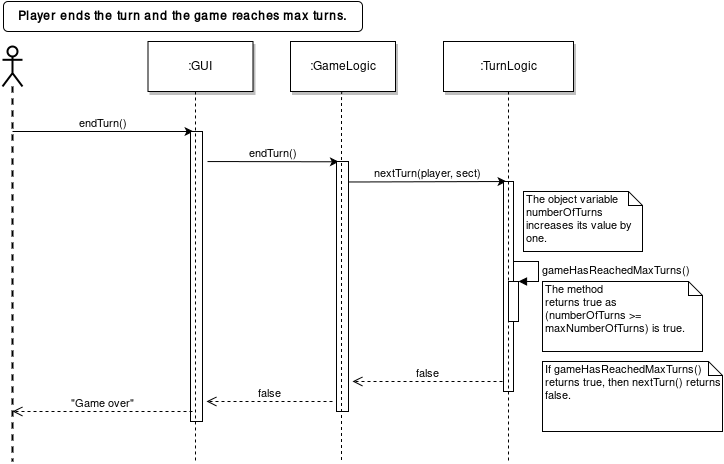
iah1016/Uusi-aika keeps this draw.io diagram as dokumentaatio/Sekvenssikaavio 2.png. Above is the earlier version. Source tidied: cells renumbered, new cells last; positions are measured from the earlier drawing's top-left corner, leaving out a move shared by most shapes. The source it was exported from:
```xml
<mxGraphModel background="#ffffff">
  <root>
    <mxCell id="0" />
    <mxCell id="1" parent="0" />
    <mxCell id="2" value="endTurn()" style="edgeStyle=none;verticalLabelPosition=top;verticalAlign=bottom;labelPosition=left;align=center;html=1;entryX=0.25;entryY=0;" parent="1" edge="1" source="9" target="12">
      <mxGeometry x="110" y="49.5" as="geometry" />
    </mxCell>
    <mxCell id="3" value=":GUI" style="shadow=1;fillColor=#FFFFFF;strokeColor=#000000;html=1;" parent="1" vertex="1">
      <mxGeometry x="145.5" y="40" width="105" height="50" as="geometry" />
    </mxCell>
    <mxCell id="4" value=":GameLogic" style="shadow=1;fillColor=#FFFFFF;strokeColor=#000000;html=1;" parent="1" vertex="1">
      <mxGeometry x="288" y="40" width="105" height="50" as="geometry" />
    </mxCell>
    <mxCell id="5" value="nextTurn(player, sect)&lt;br&gt;" style="edgeStyle=none;verticalLabelPosition=top;verticalAlign=bottom;html=1;entryX=0.25;entryY=0;" parent="1" edge="1" target="6">
      <mxGeometry x="396" y="113" as="geometry">
        <mxPoint x="346" y="180.5" as="sourcePoint" />
      </mxGeometry>
    </mxCell>
    <mxCell id="6" style="fillColor=#FFFFFF;strokeColor=#000000;html=1;" parent="1" vertex="1">
      <mxGeometry x="501" y="180" width="10" height="210" as="geometry" />
    </mxCell>
    <mxCell id="7" value=":TurnLogic" style="shadow=1;fillColor=#FFFFFF;strokeColor=#000000;html=1;" parent="1" vertex="1">
      <mxGeometry x="441" y="40" width="130" height="50" as="geometry" />
    </mxCell>
    <mxCell id="8" value="&lt;div align=&quot;left&quot;&gt;Player ends the turn and the game reaches max turns.&lt;br&gt;&lt;/div&gt;" style="rounded=1;fontStyle=1;fillColor=#FFFFFF;strokeColor=#000000;html=1;" parent="1" vertex="1">
      <mxGeometry x="1" width="359" height="30" as="geometry" />
    </mxCell>
    <mxCell id="9" style="shape=umlLifeline;participant=umlActor;perimeter=lifelinePerimeter;whiteSpace=wrap;html=1;verticalAlign=top;spacingTop=36;labelBackgroundColor=#ffffff;outlineConnect=0;strokeWidth=2;fontSize=11;" parent="1" vertex="1">
      <mxGeometry y="45" width="20" height="415" as="geometry" />
    </mxCell>
    <mxCell id="10" value="endTurn()" style="edgeStyle=none;verticalLabelPosition=top;verticalAlign=bottom;labelPosition=left;align=center;html=1;entryX=0.01;entryY=0;entryPerimeter=0;" parent="1" edge="1">
      <mxGeometry x="298" y="79.5" as="geometry">
        <mxPoint x="205" y="160" as="sourcePoint" />
        <mxPoint x="336.3" y="160.3" as="targetPoint" />
      </mxGeometry>
    </mxCell>
    <mxCell id="11" style="edgeStyle=none;endArrow=none;dashed=1;html=1;" parent="1" edge="1" source="7">
      <mxGeometry x="614.5" y="175" as="geometry">
        <mxPoint x="506" y="460" as="targetPoint" />
      </mxGeometry>
    </mxCell>
    <mxCell id="12" style="fillColor=#FFFFFF;strokeColor=#000000;html=1;" parent="1" vertex="1">
      <mxGeometry x="188" y="130" width="12" height="290" as="geometry" />
    </mxCell>
    <mxCell id="13" style="edgeStyle=elbowEdgeStyle;elbow=horizontal;endArrow=none;dashed=1;html=1;" parent="1" edge="1" source="3">
      <mxGeometry x="263" y="310" as="geometry">
        <mxPoint x="193" y="460" as="targetPoint" />
      </mxGeometry>
    </mxCell>
    <mxCell id="14" value="The object variable&lt;br&gt;numberOfTurns increases its value by one.&lt;br&gt;" style="shape=note;whiteSpace=wrap;html=1;size=14;verticalAlign=top;align=left;spacingTop=-6;labelBackgroundColor=none;strokeWidth=1;fontSize=11;" parent="1" vertex="1">
      <mxGeometry x="521" y="190" width="119" height="60" as="geometry" />
    </mxCell>
    <mxCell id="15" style="html=1;points=[];perimeter=orthogonalPerimeter;labelBackgroundColor=none;strokeWidth=1;fontSize=11;" parent="1" vertex="1">
      <mxGeometry x="506" y="280" width="10" height="40" as="geometry" />
    </mxCell>
    <mxCell id="16" value="gameHasReachedMaxTurns()" style="edgeStyle=orthogonalEdgeStyle;html=1;align=left;spacingLeft=2;endArrow=block;rounded=0;entryX=1;entryY=0;fontSize=11;" parent="1" edge="1" target="15">
      <mxGeometry x="551" y="280" as="geometry">
        <mxPoint x="511" y="260" as="sourcePoint" />
        <Array as="points">
          <mxPoint x="536" y="260" />
        </Array>
      </mxGeometry>
    </mxCell>
    <mxCell id="17" value="The method&lt;br&gt;returns true as&lt;br&gt;(numberOfTurns &amp;gt;= maxNumberOfTurns) is true.&lt;br&gt;" style="shape=note;whiteSpace=wrap;html=1;size=14;verticalAlign=top;align=left;spacingTop=-6;labelBackgroundColor=none;strokeWidth=1;fontSize=11;" parent="1" vertex="1">
      <mxGeometry x="540" y="280" width="160" height="70" as="geometry" />
    </mxCell>
    <mxCell id="18" style="fillColor=#FFFFFF;strokeColor=#000000;html=1;" parent="1" vertex="1">
      <mxGeometry x="334" y="160" width="12" height="250" as="geometry" />
    </mxCell>
    <mxCell id="19" style="edgeStyle=elbowEdgeStyle;elbow=horizontal;endArrow=none;dashed=1;html=1;" parent="1" edge="1">
      <mxGeometry x="409" y="310" as="geometry">
        <mxPoint x="339.8" y="90" as="sourcePoint" />
        <mxPoint x="339" y="460" as="targetPoint" />
      </mxGeometry>
    </mxCell>
    <mxCell id="20" value="false" style="html=1;verticalAlign=bottom;endArrow=open;dashed=1;endSize=8;fontSize=11;align=center;" parent="1" edge="1">
      <mxGeometry x="390" y="400" as="geometry">
        <mxPoint x="500" y="380" as="sourcePoint" />
        <mxPoint x="350" y="380" as="targetPoint" />
      </mxGeometry>
    </mxCell>
    <mxCell id="21" value="If gameHasReachedMaxTurns() returns true, then nextTurn() returns false.&lt;br&gt;" style="shape=note;whiteSpace=wrap;html=1;size=14;verticalAlign=top;align=left;spacingTop=-6;labelBackgroundColor=none;strokeWidth=1;fontSize=11;" parent="1" vertex="1">
      <mxGeometry x="540" y="360" width="180" height="70" as="geometry" />
    </mxCell>
    <mxCell id="22" value="false" style="html=1;verticalAlign=bottom;endArrow=open;dashed=1;endSize=8;fontSize=11;align=center;" parent="1" edge="1">
      <mxGeometry x="244" y="420" as="geometry">
        <mxPoint x="330" y="400" as="sourcePoint" />
        <mxPoint x="204" y="400" as="targetPoint" />
      </mxGeometry>
    </mxCell>
    <mxCell id="23" value="&quot;Game over&quot;&lt;br&gt;" style="html=1;verticalAlign=bottom;endArrow=open;dashed=1;endSize=8;fontSize=11;align=center;" parent="1" edge="1" target="9">
      <mxGeometry x="50" y="430" as="geometry">
        <mxPoint x="190" y="410" as="sourcePoint" />
      </mxGeometry>
    </mxCell>
  </root>
</mxGraphModel>
```
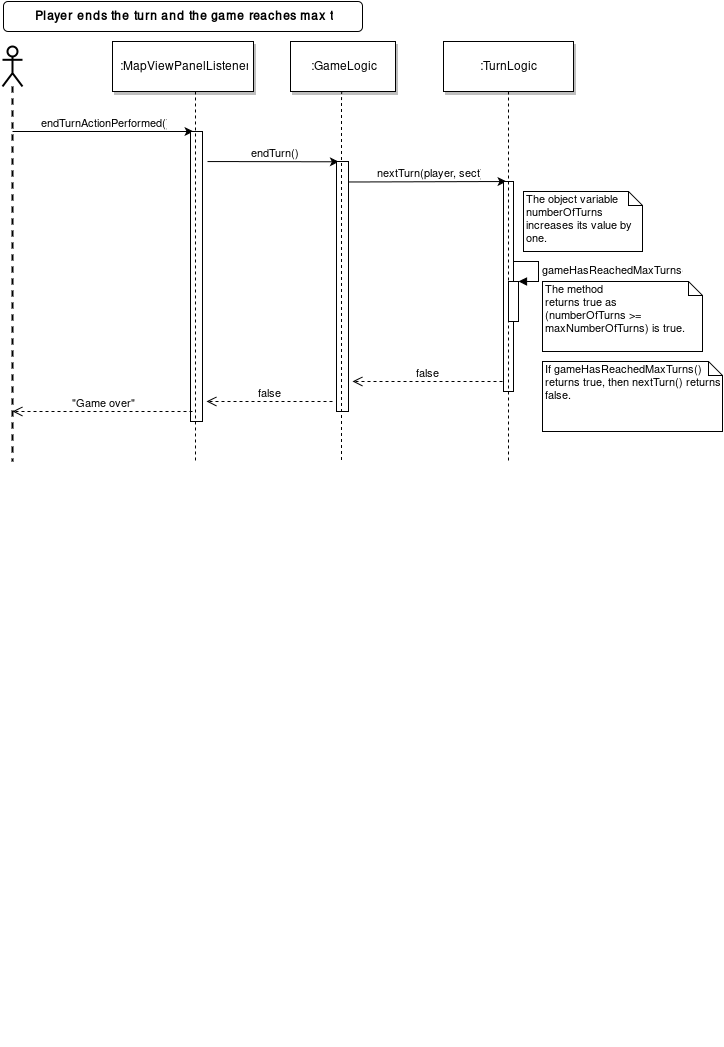
The same diagram one commit later.

The edit, as a diff of the source:
```diff
@@ -1,52 +1,58 @@
 <mxGraphModel background="#ffffff">
   <root>
-    <mxCell id="0" />
+    <mxCell id="0" style="html=1;" />
-    <mxCell id="1" parent="0" />
+    <mxCell id="1" style="html=1;" parent="0" />
-    <mxCell id="2" value="endTurn()" style="edgeStyle=none;verticalLabelPosition=top;verticalAlign=bottom;labelPosition=left;align=center;html=1;entryX=0.25;entryY=0;" parent="1" edge="1" source="9" target="12">
-      <mxGeometry x="110" y="49.5" as="geometry" />
-    </mxCell>
-    <mxCell id="3" value=":GUI" style="shadow=1;fillColor=#FFFFFF;strokeColor=#000000;html=1;" parent="1" vertex="1">
-      <mxGeometry x="145.5" y="40" width="105" height="50" as="geometry" />
+    <mxCell id="3" value="endTurnActionPerformed()" style="edgeStyle=none;verticalLabelPosition=top;verticalAlign=bottom;labelPosition=left;align=center;html=1;entryX=0.25;entryY=0;" parent="1" edge="1" source="24" target="2">
+      <mxGeometry x="110" y="49.5" as="geometry" />
     </mxCell>
-    <mxCell id="4" value=":GameLogic" style="shadow=1;fillColor=#FFFFFF;strokeColor=#000000;html=1;" parent="1" vertex="1">
-      <mxGeometry x="288" y="40" width="105" height="50" as="geometry" />
+    <mxCell id="4" value=":MapViewPanelListener" style="shadow=1;fillColor=#FFFFFF;strokeColor=#000000;html=1;" parent="1" vertex="1">
+      <mxGeometry x="110" y="40" width="141" height="50" as="geometry" />
     </mxCell>
-    <mxCell id="5" value="nextTurn(player, sect)&lt;br&gt;" style="edgeStyle=none;verticalLabelPosition=top;verticalAlign=bottom;html=1;entryX=0.25;entryY=0;" parent="1" edge="1" target="6">
-      <mxGeometry x="396" y="113" as="geometry">
-        <mxPoint x="346" y="180.5" as="sourcePoint" />
-      </mxGeometry>
-    </mxCell>
-    <mxCell id="6" style="fillColor=#FFFFFF;strokeColor=#000000;html=1;" parent="1" vertex="1">
-      <mxGeometry x="501" y="180" width="10" height="210" as="geometry" />
-    </mxCell>
-    <mxCell id="7" value=":TurnLogic" style="shadow=1;fillColor=#FFFFFF;strokeColor=#000000;html=1;" parent="1" vertex="1">
-      <mxGeometry x="441" y="40" width="130" height="50" as="geometry" />
+    <mxCell id="7" value=":GameLogic" style="shadow=1;fillColor=#FFFFFF;strokeColor=#000000;html=1;" parent="1" vertex="1">
+      <mxGeometry x="288" y="40" width="105" height="50" as="geometry" />
     </mxCell>
+    <mxCell id="9" value="nextTurn(player, sect)&lt;br&gt;" style="edgeStyle=none;verticalLabelPosition=top;verticalAlign=bottom;html=1;entryX=0.25;entryY=0;" parent="1" edge="1" target="21">
+      <mxGeometry x="396" y="113" as="geometry">
+        <mxPoint x="346" y="180.5" as="sourcePoint" />
+      </mxGeometry>
+    </mxCell>
+    <mxCell id="21" style="fillColor=#FFFFFF;strokeColor=#000000;html=1;" parent="1" vertex="1">
+      <mxGeometry x="501" y="180" width="10" height="210" as="geometry" />
+    </mxCell>
+    <mxCell id="22" value=":TurnLogic" style="shadow=1;fillColor=#FFFFFF;strokeColor=#000000;html=1;" parent="1" vertex="1">
+      <mxGeometry x="441" y="40" width="130" height="50" as="geometry" />
+    </mxCell>
     <mxCell id="8" value="&lt;div align=&quot;left&quot;&gt;Player ends the turn and the game reaches max turns.&lt;br&gt;&lt;/div&gt;" style="rounded=1;fontStyle=1;fillColor=#FFFFFF;strokeColor=#000000;html=1;" parent="1" vertex="1">
       <mxGeometry x="1" width="359" height="30" as="geometry" />
     </mxCell>
-    <mxCell id="9" style="shape=umlLifeline;participant=umlActor;perimeter=lifelinePerimeter;whiteSpace=wrap;html=1;verticalAlign=top;spacingTop=36;labelBackgroundColor=#ffffff;outlineConnect=0;strokeWidth=2;fontSize=11;" parent="1" vertex="1">
-      <mxGeometry y="45" width="20" height="415" as="geometry" />
-    </mxCell>
+    <mxCell id="24" style="shape=umlLifeline;participant=umlActor;perimeter=lifelinePerimeter;whiteSpace=wrap;html=1;verticalAlign=top;spacingTop=36;labelBackgroundColor=#ffffff;outlineConnect=0;strokeWidth=2;fontSize=11;" parent="1" vertex="1">
+      <mxGeometry y="45" width="20" height="415" as="geometry" />
+    </mxCell>
     <mxCell id="10" value="endTurn()" style="edgeStyle=none;verticalLabelPosition=top;verticalAlign=bottom;labelPosition=left;align=center;html=1;entryX=0.01;entryY=0;entryPerimeter=0;" parent="1" edge="1">
       <mxGeometry x="298" y="79.5" as="geometry">
         <mxPoint x="205" y="160" as="sourcePoint" />
         <mxPoint x="336.3" y="160.3" as="targetPoint" />
       </mxGeometry>
     </mxCell>
-    <mxCell id="11" style="edgeStyle=none;endArrow=none;dashed=1;html=1;" parent="1" edge="1" source="7">
-      <mxGeometry x="614.5" y="175" as="geometry">
-        <mxPoint x="506" y="460" as="targetPoint" />
-      </mxGeometry>
-    </mxCell>
-    <mxCell id="12" style="fillColor=#FFFFFF;strokeColor=#000000;html=1;" parent="1" vertex="1">
-      <mxGeometry x="188" y="130" width="12" height="290" as="geometry" />
-    </mxCell>
-    <mxCell id="13" style="edgeStyle=elbowEdgeStyle;elbow=horizontal;endArrow=none;dashed=1;html=1;" parent="1" edge="1" source="3">
-      <mxGeometry x="263" y="310" as="geometry">
-        <mxPoint x="193" y="460" as="targetPoint" />
-      </mxGeometry>
-    </mxCell>
+    <mxCell id="25" style="edgeStyle=none;shape=link;rounded=1;html=1;exitX=0.5;exitY=1;startArrow=none;startFill=0;endArrow=none;endFill=0;jettySize=auto;orthogonalLoop=1;fontSize=11;align=center;" parent="1" edge="1">
+      <mxGeometry relative="1" as="geometry">
+        <mxPoint x="420" y="1040" as="sourcePoint" />
+        <mxPoint x="420" y="1040" as="targetPoint" />
+      </mxGeometry>
+    </mxCell>
+    <mxCell id="26" style="edgeStyle=none;endArrow=none;dashed=1;html=1;" parent="1" edge="1" source="22">
+      <mxGeometry x="614.5" y="175" as="geometry">
+        <mxPoint x="506" y="460" as="targetPoint" />
+      </mxGeometry>
+    </mxCell>
+    <mxCell id="2" style="fillColor=#FFFFFF;strokeColor=#000000;html=1;" parent="1" vertex="1">
+      <mxGeometry x="188" y="130" width="12" height="290" as="geometry" />
+    </mxCell>
+    <mxCell id="27" style="edgeStyle=elbowEdgeStyle;elbow=horizontal;endArrow=none;dashed=1;html=1;" parent="1" edge="1" source="4">
+      <mxGeometry x="263" y="310" as="geometry">
+        <mxPoint x="193" y="460" as="targetPoint" />
+      </mxGeometry>
+    </mxCell>
     <mxCell id="14" value="The object variable&lt;br&gt;numberOfTurns increases its value by one.&lt;br&gt;" style="shape=note;whiteSpace=wrap;html=1;size=14;verticalAlign=top;align=left;spacingTop=-6;labelBackgroundColor=none;strokeWidth=1;fontSize=11;" parent="1" vertex="1">
       <mxGeometry x="521" y="190" width="119" height="60" as="geometry" />
     </mxCell>
@@ -54,7 +60,7 @@
       <mxGeometry x="506" y="280" width="10" height="40" as="geometry" />
     </mxCell>
     <mxCell id="16" value="gameHasReachedMaxTurns()" style="edgeStyle=orthogonalEdgeStyle;html=1;align=left;spacingLeft=2;endArrow=block;rounded=0;entryX=1;entryY=0;fontSize=11;" parent="1" edge="1" target="15">
-      <mxGeometry x="551" y="280" as="geometry">
+      <mxGeometry relative="1" as="geometry">
         <mxPoint x="511" y="260" as="sourcePoint" />
         <Array as="points">
           <mxPoint x="536" y="260" />
@@ -67,29 +73,29 @@
     <mxCell id="18" style="fillColor=#FFFFFF;strokeColor=#000000;html=1;" parent="1" vertex="1">
       <mxGeometry x="334" y="160" width="12" height="250" as="geometry" />
     </mxCell>
-    <mxCell id="19" style="edgeStyle=elbowEdgeStyle;elbow=horizontal;endArrow=none;dashed=1;html=1;" parent="1" edge="1">
-      <mxGeometry x="409" y="310" as="geometry">
-        <mxPoint x="339.8" y="90" as="sourcePoint" />
-        <mxPoint x="339" y="460" as="targetPoint" />
-      </mxGeometry>
-    </mxCell>
-    <mxCell id="20" value="false" style="html=1;verticalAlign=bottom;endArrow=open;dashed=1;endSize=8;fontSize=11;align=center;" parent="1" edge="1">
-      <mxGeometry x="390" y="400" as="geometry">
-        <mxPoint x="500" y="380" as="sourcePoint" />
-        <mxPoint x="350" y="380" as="targetPoint" />
-      </mxGeometry>
-    </mxCell>
-    <mxCell id="21" value="If gameHasReachedMaxTurns() returns true, then nextTurn() returns false.&lt;br&gt;" style="shape=note;whiteSpace=wrap;html=1;size=14;verticalAlign=top;align=left;spacingTop=-6;labelBackgroundColor=none;strokeWidth=1;fontSize=11;" parent="1" vertex="1">
-      <mxGeometry x="540" y="360" width="180" height="70" as="geometry" />
-    </mxCell>
-    <mxCell id="22" value="false" style="html=1;verticalAlign=bottom;endArrow=open;dashed=1;endSize=8;fontSize=11;align=center;" parent="1" edge="1">
-      <mxGeometry x="244" y="420" as="geometry">
-        <mxPoint x="330" y="400" as="sourcePoint" />
-        <mxPoint x="204" y="400" as="targetPoint" />
-      </mxGeometry>
-    </mxCell>
+    <mxCell id="28" style="edgeStyle=elbowEdgeStyle;elbow=horizontal;endArrow=none;dashed=1;html=1;" parent="1" edge="1">
+      <mxGeometry x="409" y="310" as="geometry">
+        <mxPoint x="339.8" y="90" as="sourcePoint" />
+        <mxPoint x="339" y="460" as="targetPoint" />
+      </mxGeometry>
+    </mxCell>
+    <mxCell id="29" value="false" style="html=1;verticalAlign=bottom;endArrow=open;dashed=1;endSize=8;fontSize=11;align=center;" parent="1" edge="1">
+      <mxGeometry relative="1" as="geometry">
+        <mxPoint x="500" y="380" as="sourcePoint" />
+        <mxPoint x="350" y="380" as="targetPoint" />
+      </mxGeometry>
+    </mxCell>
+    <mxCell id="30" value="If gameHasReachedMaxTurns() returns true, then nextTurn() returns false.&lt;br&gt;" style="shape=note;whiteSpace=wrap;html=1;size=14;verticalAlign=top;align=left;spacingTop=-6;labelBackgroundColor=none;strokeWidth=1;fontSize=11;" parent="1" vertex="1">
+      <mxGeometry x="540" y="360" width="180" height="70" as="geometry" />
+    </mxCell>
+    <mxCell id="31" value="false" style="html=1;verticalAlign=bottom;endArrow=open;dashed=1;endSize=8;fontSize=11;align=center;" parent="1" edge="1">
+      <mxGeometry relative="1" as="geometry">
+        <mxPoint x="330" y="400" as="sourcePoint" />
+        <mxPoint x="204" y="400" as="targetPoint" />
+      </mxGeometry>
+    </mxCell>
-    <mxCell id="23" value="&quot;Game over&quot;&lt;br&gt;" style="html=1;verticalAlign=bottom;endArrow=open;dashed=1;endSize=8;fontSize=11;align=center;" parent="1" edge="1" target="9">
-      <mxGeometry x="50" y="430" as="geometry">
+    <mxCell id="23" value="&quot;Game over&quot;&lt;br&gt;" style="html=1;verticalAlign=bottom;endArrow=open;dashed=1;endSize=8;fontSize=11;align=center;" parent="1" edge="1" target="24">
+      <mxGeometry relative="1" as="geometry">
         <mxPoint x="190" y="410" as="sourcePoint" />
       </mxGeometry>
     </mxCell>
```
